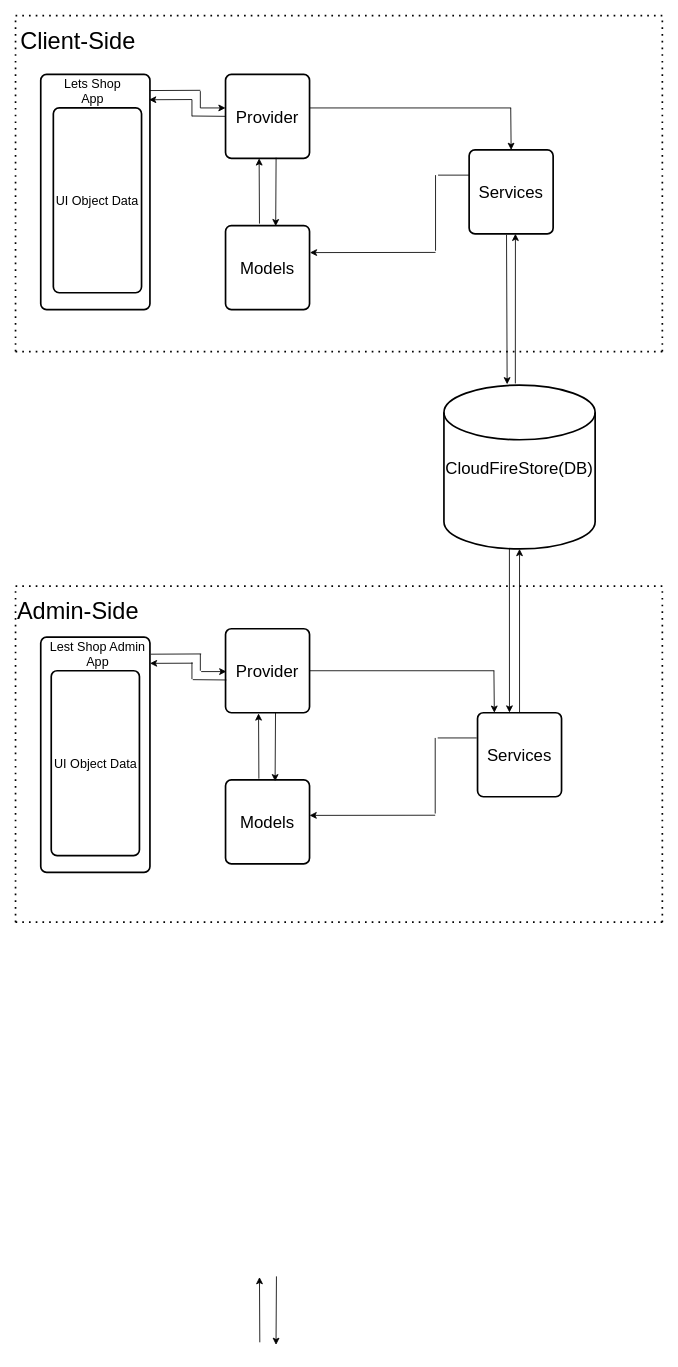
Above: page "Data Flow Program" (4 of 6) of flow_program.drawio in ambigo7/flutter_Ecommerce (draw.io), before the change. Source tidied: cells renumbered, new cells numbered last; positions are measured from the earlier drawing's top-left corner, leaving out a move shared by most shapes. Both pictures are drawn from the tidied source at 84%, with x=0, y=0 at pixel (14, 15).
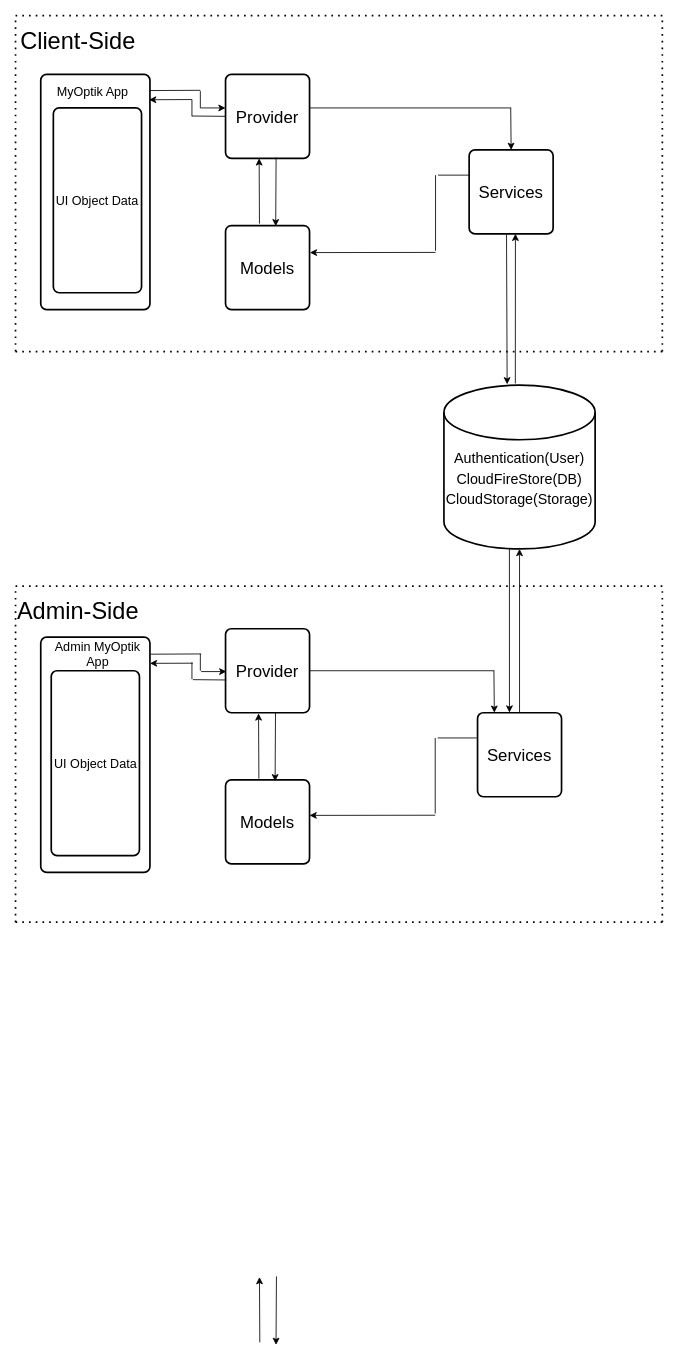
The same page after the edit.

Commit message (it also covers changes not shown here):
v3.5.0(Beta MyOptik App<Non-Null-Safety>)

Change to the diagram source:
```diff
@@
-    <mxCell id="2" value="CloudFireStore(DB)" style="strokeWidth=2;html=1;shape=mxgraph.flowchart.database;whiteSpace=wrap;fontSize=20;" parent="1" vertex="1">
+    <mxCell id="2" value="&lt;font style=&quot;font-size: 17px&quot;&gt;&lt;br&gt;Authentication(User)&lt;br&gt;CloudFireStore(DB)&lt;br&gt;CloudStorage(Storage)&lt;br&gt;&lt;/font&gt;" style="strokeWidth=2;html=1;shape=mxgraph.flowchart.database;whiteSpace=wrap;fontSize=20;" parent="1" vertex="1">
       <mxGeometry x="511" y="440" width="180" height="195" as="geometry" />
     </mxCell>
@@
-    <mxCell id="5" value="Lets Shop App" style="text;html=1;strokeColor=none;fillColor=none;align=center;verticalAlign=middle;whiteSpace=wrap;rounded=0;fontSize=15;" parent="1" vertex="1">
+    <mxCell id="5" value="MyOptik App" style="text;html=1;strokeColor=none;fillColor=none;align=center;verticalAlign=middle;whiteSpace=wrap;rounded=0;fontSize=15;" parent="1" vertex="1">
       <mxGeometry x="43.5" y="80" width="97.5" height="20" as="geometry" />
     </mxCell>
@@
-    <mxCell id="14" value="Lest Shop Admin App" style="text;html=1;strokeColor=none;fillColor=none;align=center;verticalAlign=middle;whiteSpace=wrap;rounded=0;fontSize=15;" parent="1" vertex="1">
+    <mxCell id="14" value="Admin MyOptik App" style="text;html=1;strokeColor=none;fillColor=none;align=center;verticalAlign=middle;whiteSpace=wrap;rounded=0;fontSize=15;" parent="1" vertex="1">
       <mxGeometry x="38.5" y="750" width="120" height="20" as="geometry" />
     </mxCell>
```
